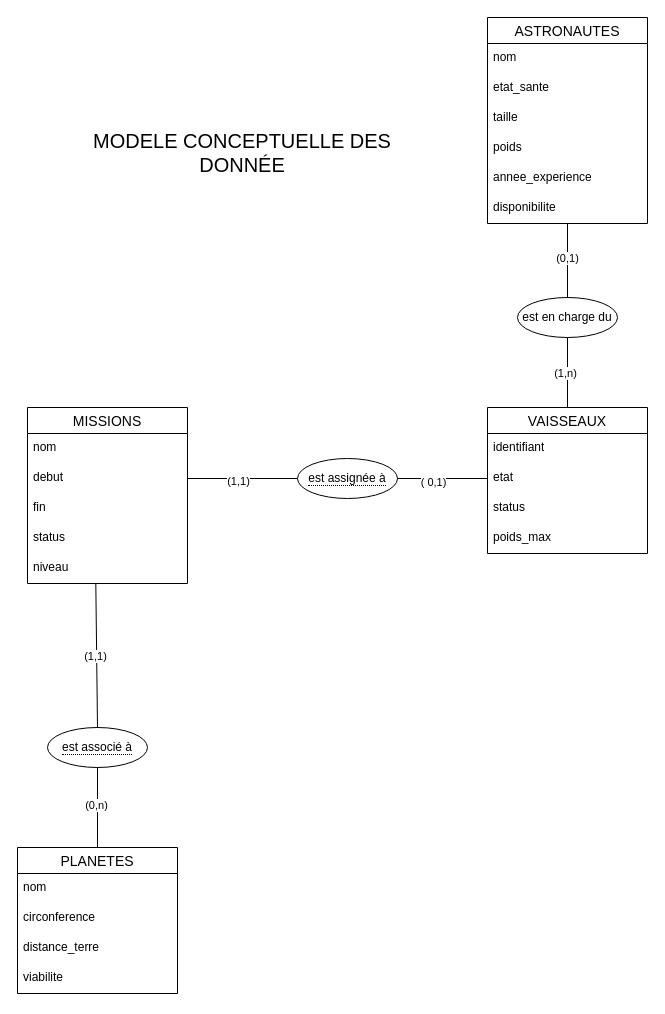
josoa-ramaroson/SAYNA-SQLPHP-SPACEODYSSEY keeps this draw.io diagram as conception/MCD.drawio. Above is the earlier version. Source tidied: cells renumbered, new cells numbered last; positions are measured from the earlier drawing's top-left corner, leaving out a move shared by most shapes. Both pictures are drawn from the tidied source at 100%, with x=0, y=0 at pixel (17, 17).
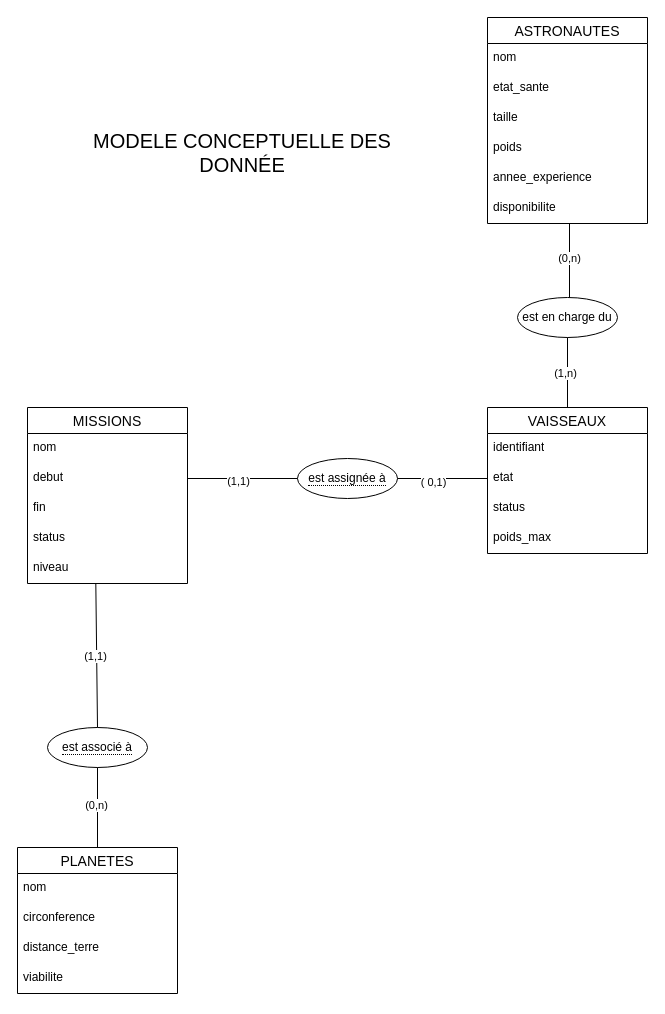
The same page after the edit.

Unchanged cells that the change refers to:
```xml
<mxCell id="19" value="disponibilite" style="text;strokeColor=none;fillColor=none;spacingLeft=4;spacingRight=4;overflow=hidden;points=[[0,0.5],[1,0.5]];portConstraint=eastwest;fontSize=12;whiteSpace=wrap;html=1;" parent="13" vertex="1">
  <mxGeometry y="176" width="160" height="30" as="geometry" />
</mxCell>
<mxCell id="26" value="est en charge du" style="ellipse;whiteSpace=wrap;html=1;align=center;" parent="1" vertex="1">
  <mxGeometry x="500" y="280" width="100" height="40" as="geometry" />
</mxCell>
```

The edit, as a diff of the source:
```diff
@@
-    <mxCell id="33" style="endArrow=none;html=1;rounded=0;entryX=0.5;entryY=0;entryDx=0;entryDy=0;" parent="1" edge="1" source="19" target="26">
-      <mxGeometry relative="1" as="geometry" />
+    <mxCell id="33" style="endArrow=none;html=1;rounded=0;entryX=0.5;entryY=0;entryDx=0;entryDy=0;" parent="1" edge="1">
+      <mxGeometry relative="1" as="geometry">
+        <mxPoint x="552" y="206" as="sourcePoint" />
+        <mxPoint x="552" y="280" as="targetPoint" />
+      </mxGeometry>
     </mxCell>
-    <mxCell id="34" value="(0,1)" style="edgeLabel;html=1;align=center;verticalAlign=middle;" parent="33" vertex="1">
+    <mxCell id="34" value="(0,n)" style="edgeLabel;html=1;align=center;verticalAlign=middle;" parent="33" vertex="1">
       <mxGeometry x="-0.07" y="-1" relative="1" as="geometry" />
     </mxCell>
```
